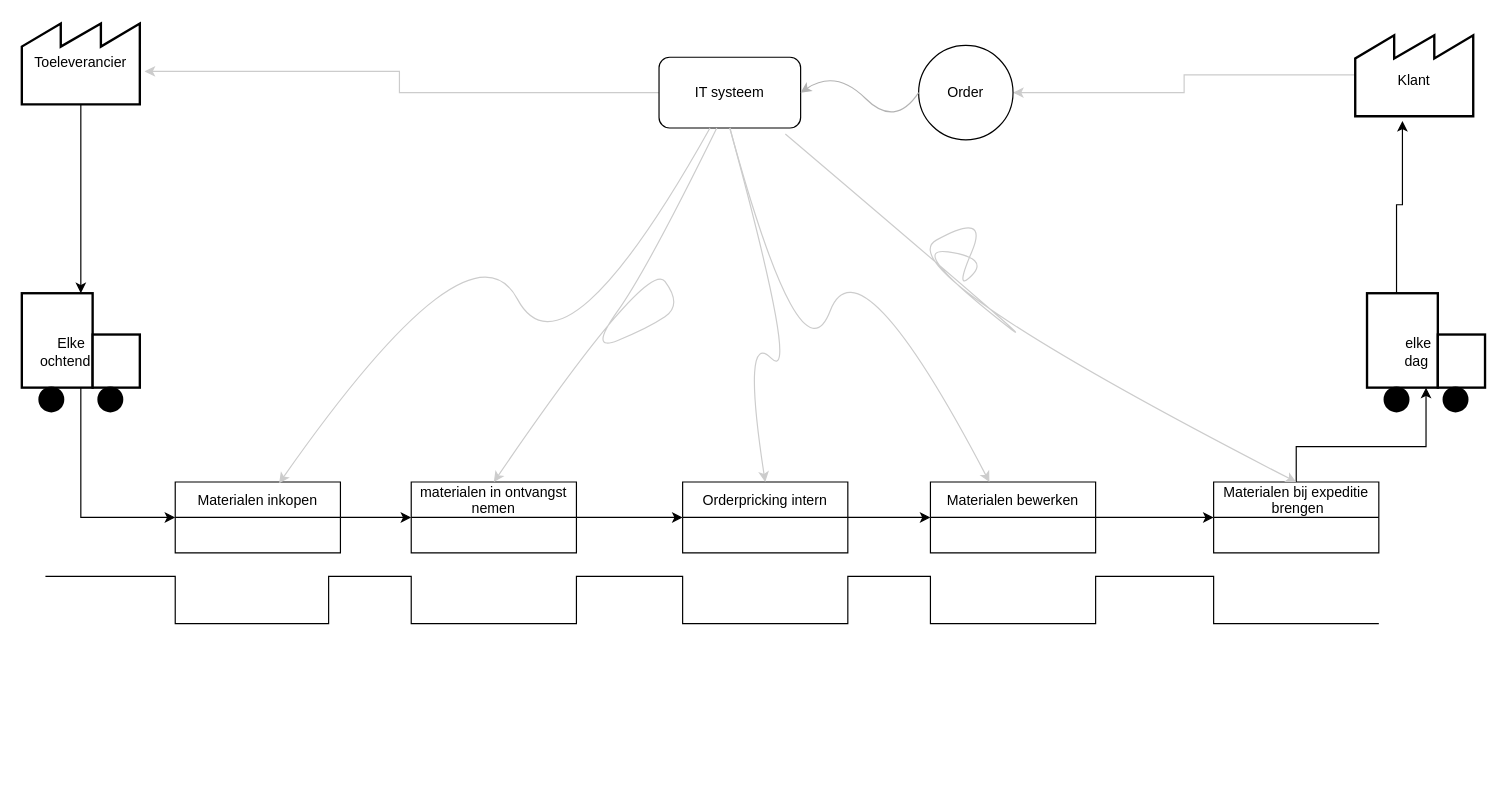
The draw.io diagram Untitled Diagram.drawio in MaestroCollin/karting-vue, before the edit. Source tidied: cells renumbered, new cells numbered last; positions are measured from the earlier drawing's top-left corner, leaving out a move shared by most shapes. Both pictures are drawn from the tidied source at 118%, with x=0, y=0 at pixel (21, 21).
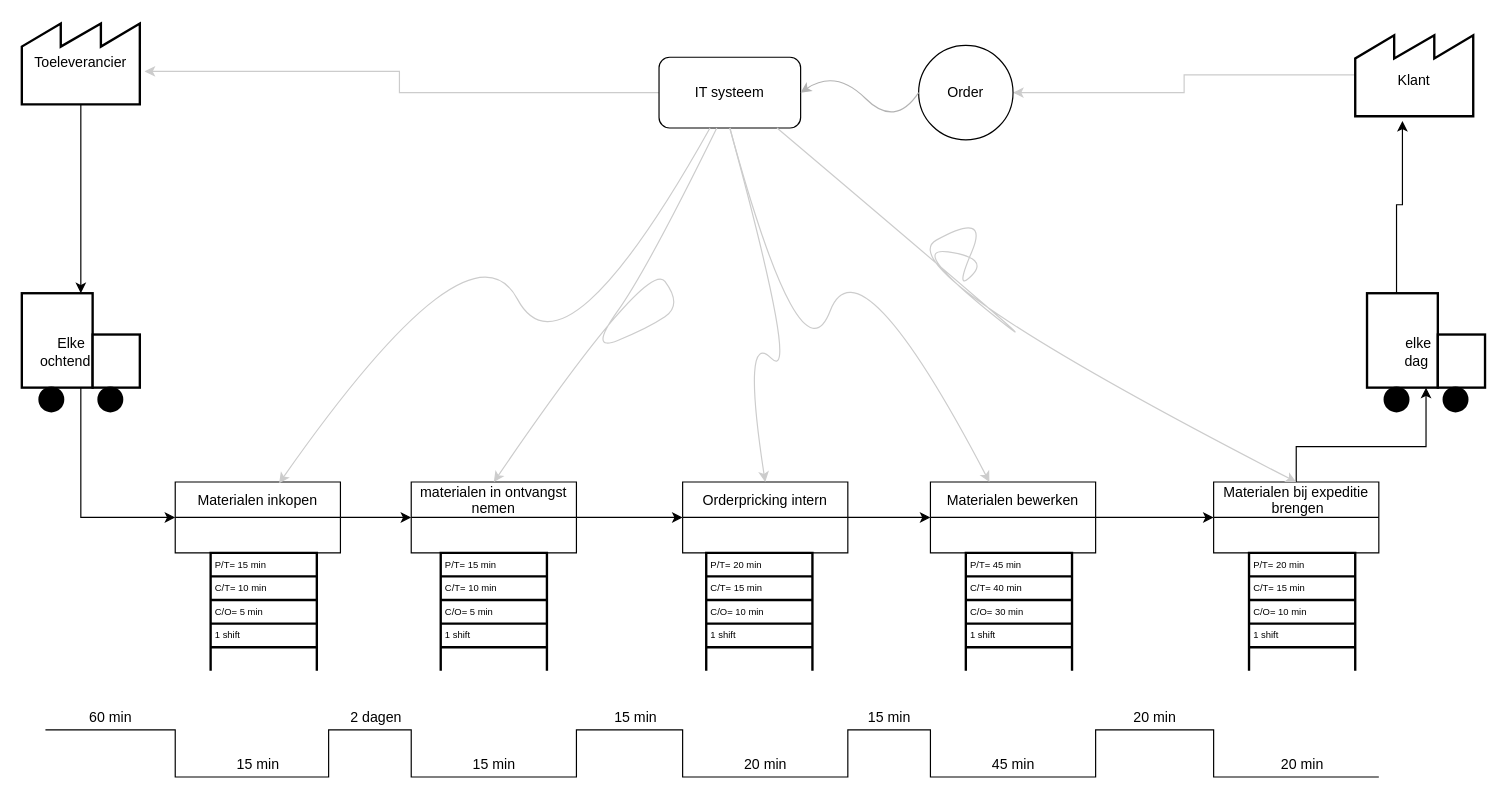
Above is the later version.

The change refers to these unchanged cells:
```xml
<mxCell id="3" value="IT systeem" style="rounded=1;whiteSpace=wrap;html=1;" parent="1" vertex="1">
  <mxGeometry x="540" y="30" width="120" height="60" as="geometry" />
</mxCell>
<mxCell id="18" value="Materialen bij expeditie&#10; brengen" style="swimlane;fontStyle=0;horizontal=1;startSize=30;" parent="1" vertex="1">
  <mxGeometry x="1010" y="390" width="140" height="60" as="geometry" />
</mxCell>
```

Change to the diagram source:
```diff
@@
-    <mxCell id="20" style="curved=1;endArrow=classic;html=1;rounded=0;entryX=0.5;entryY=0;entryDx=0;entryDy=0;exitX=0.892;exitY=1.084;exitDx=0;exitDy=0;exitPerimeter=0;strokeColor=#CCCCCC;" parent="1" edge="1" source="3" target="18">
+    <mxCell id="20" style="curved=1;endArrow=classic;html=1;rounded=0;entryX=0.5;entryY=0;entryDx=0;entryDy=0;strokeColor=#CCCCCC;" parent="1" edge="1" target="18">
       <mxGeometry relative="1" as="geometry">
+        <mxPoint x="640" y="90" as="sourcePoint" />
         <Array as="points">
           <mxPoint x="900" y="310" />
           <mxPoint x="750" y="190" />
           <mxPoint x="820" y="200" />
           <mxPoint x="790" y="230" />
           <mxPoint x="820" y="160" />
           <mxPoint x="730" y="210" />
         </Array>
       </mxGeometry>
     </mxCell>
@@
     <mxCell id="29" style="endArrow=none;html=1;rounded=0;strokeColor=#000000;" parent="1" edge="1">
       <mxGeometry relative="1" as="geometry">
-        <mxPoint x="20" y="470" as="sourcePoint" />
-        <mxPoint x="1150" y="510" as="targetPoint" />
+        <mxPoint x="20" y="600" as="sourcePoint" />
+        <mxPoint x="1150" y="640" as="targetPoint" />
         <Array as="points">
-          <mxPoint x="130" y="470" />
-          <mxPoint x="130" y="510" />
-          <mxPoint x="260" y="510" />
-          <mxPoint x="260" y="470" />
-          <mxPoint x="330" y="470" />
-          <mxPoint x="330" y="510" />
-          <mxPoint x="470" y="510" />
-          <mxPoint x="470" y="470" />
-          <mxPoint x="560" y="470" />
-          <mxPoint x="560" y="510" />
-          <mxPoint x="700" y="510" />
-          <mxPoint x="700" y="470" />
-          <mxPoint x="770" y="470" />
-          <mxPoint x="770" y="510" />
-          <mxPoint x="910" y="510" />
-          <mxPoint x="910" y="470" />
-          <mxPoint x="1010" y="470" />
-          <mxPoint x="1010" y="510" />
-          <mxPoint x="1150" y="510" />
+          <mxPoint x="130" y="600" />
+          <mxPoint x="130" y="640" />
+          <mxPoint x="260" y="640" />
+          <mxPoint x="260" y="600" />
+          <mxPoint x="330" y="600" />
+          <mxPoint x="330" y="640" />
+          <mxPoint x="470" y="640" />
+          <mxPoint x="470" y="600" />
+          <mxPoint x="560" y="600" />
+          <mxPoint x="560" y="640" />
+          <mxPoint x="700" y="640" />
+          <mxPoint x="700" y="600" />
+          <mxPoint x="770" y="600" />
+          <mxPoint x="770" y="640" />
+          <mxPoint x="910" y="640" />
+          <mxPoint x="910" y="600" />
+          <mxPoint x="1010" y="600" />
+          <mxPoint x="1010" y="640" />
+          <mxPoint x="1150" y="640" />
         </Array>
       </mxGeometry>
     </mxCell>
+    <mxCell id="30" style="strokeWidth=2;html=1;shape=mxgraph.lean_mapping.data_box;html=1;" parent="1" vertex="1">
+      <mxGeometry x="160" y="450" width="90" height="100" as="geometry" />
+    </mxCell>
+    <mxCell id="31" value="P/T= 15 min" style="text;fontSize=8;spacingLeft=2;verticalAlign=middle;html=1;" parent="30" vertex="1">
+      <mxGeometry width="90" height="20" as="geometry" />
+    </mxCell>
+    <mxCell id="32" value="C/T= 10 min" style="text;fontSize=8;spacingLeft=2;verticalAlign=middle;html=1;" parent="30" vertex="1">
+      <mxGeometry y="20" width="90" height="20" as="geometry" />
+    </mxCell>
+    <mxCell id="33" value="C/O= 5 min" style="text;fontSize=8;spacingLeft=2;verticalAlign=middle;html=1;" parent="30" vertex="1">
+      <mxGeometry y="40" width="90" height="20" as="geometry" />
+    </mxCell>
+    <mxCell id="34" value="1 shift" style="text;fontSize=8;spacingLeft=2;verticalAlign=middle;html=1;" parent="30" vertex="1">
+      <mxGeometry y="60" width="90" height="20" as="geometry" />
+    </mxCell>
+    <mxCell id="35" style="text;fontSize=8;spacingLeft=2;verticalAlign=middle;html=1;" parent="30" vertex="1">
+      <mxGeometry y="80" width="90" height="20" as="geometry" />
+    </mxCell>
+    <mxCell id="36" style="strokeWidth=2;html=1;shape=mxgraph.lean_mapping.data_box;html=1;" parent="1" vertex="1">
+      <mxGeometry x="355" y="450" width="90" height="100" as="geometry" />
+    </mxCell>
+    <mxCell id="37" value="P/T= 15 min" style="text;fontSize=8;spacingLeft=2;verticalAlign=middle;html=1;" parent="36" vertex="1">
+      <mxGeometry width="90" height="20" as="geometry" />
+    </mxCell>
+    <mxCell id="38" value="C/T= 10 min" style="text;fontSize=8;spacingLeft=2;verticalAlign=middle;html=1;" parent="36" vertex="1">
+      <mxGeometry y="20" width="90" height="20" as="geometry" />
+    </mxCell>
+    <mxCell id="39" value="C/O= 5 min" style="text;fontSize=8;spacingLeft=2;verticalAlign=middle;html=1;" parent="36" vertex="1">
+      <mxGeometry y="40" width="90" height="20" as="geometry" />
+    </mxCell>
+    <mxCell id="40" value="1 shift" style="text;fontSize=8;spacingLeft=2;verticalAlign=middle;html=1;" parent="36" vertex="1">
+      <mxGeometry y="60" width="90" height="20" as="geometry" />
+    </mxCell>
+    <mxCell id="41" style="text;fontSize=8;spacingLeft=2;verticalAlign=middle;html=1;" parent="36" vertex="1">
+      <mxGeometry y="80" width="90" height="20" as="geometry" />
+    </mxCell>
+    <mxCell id="42" style="strokeWidth=2;html=1;shape=mxgraph.lean_mapping.data_box;html=1;" parent="1" vertex="1">
+      <mxGeometry x="580" y="450" width="90" height="100" as="geometry" />
+    </mxCell>
+    <mxCell id="43" value="P/T= 20 min" style="text;fontSize=8;spacingLeft=2;verticalAlign=middle;html=1;" parent="42" vertex="1">
+      <mxGeometry width="90" height="20" as="geometry" />
+    </mxCell>
+    <mxCell id="44" value="C/T= 15 min" style="text;fontSize=8;spacingLeft=2;verticalAlign=middle;html=1;" parent="42" vertex="1">
+      <mxGeometry y="20" width="90" height="20" as="geometry" />
+    </mxCell>
+    <mxCell id="45" value="C/O= 10 min" style="text;fontSize=8;spacingLeft=2;verticalAlign=middle;html=1;" parent="42" vertex="1">
+      <mxGeometry y="40" width="90" height="20" as="geometry" />
+    </mxCell>
+    <mxCell id="46" value="1 shift" style="text;fontSize=8;spacingLeft=2;verticalAlign=middle;html=1;" parent="42" vertex="1">
+      <mxGeometry y="60" width="90" height="20" as="geometry" />
+    </mxCell>
+    <mxCell id="47" style="text;fontSize=8;spacingLeft=2;verticalAlign=middle;html=1;" parent="42" vertex="1">
+      <mxGeometry y="80" width="90" height="20" as="geometry" />
+    </mxCell>
+    <mxCell id="48" style="strokeWidth=2;html=1;shape=mxgraph.lean_mapping.data_box;html=1;" parent="1" vertex="1">
+      <mxGeometry x="800" y="450" width="90" height="100" as="geometry" />
+    </mxCell>
+    <mxCell id="49" value="P/T= 45 min" style="text;fontSize=8;spacingLeft=2;verticalAlign=middle;html=1;" parent="48" vertex="1">
+      <mxGeometry width="90" height="20" as="geometry" />
+    </mxCell>
+    <mxCell id="50" value="C/T= 40 min" style="text;fontSize=8;spacingLeft=2;verticalAlign=middle;html=1;" parent="48" vertex="1">
+      <mxGeometry y="20" width="90" height="20" as="geometry" />
+    </mxCell>
+    <mxCell id="51" value="C/O= 30 min" style="text;fontSize=8;spacingLeft=2;verticalAlign=middle;html=1;" parent="48" vertex="1">
+      <mxGeometry y="40" width="90" height="20" as="geometry" />
+    </mxCell>
+    <mxCell id="52" value="1 shift" style="text;fontSize=8;spacingLeft=2;verticalAlign=middle;html=1;" parent="48" vertex="1">
+      <mxGeometry y="60" width="90" height="20" as="geometry" />
+    </mxCell>
+    <mxCell id="53" style="text;fontSize=8;spacingLeft=2;verticalAlign=middle;html=1;" parent="48" vertex="1">
+      <mxGeometry y="80" width="90" height="20" as="geometry" />
+    </mxCell>
+    <mxCell id="54" style="strokeWidth=2;html=1;shape=mxgraph.lean_mapping.data_box;html=1;" parent="1" vertex="1">
+      <mxGeometry x="1040" y="450" width="90" height="100" as="geometry" />
+    </mxCell>
+    <mxCell id="55" value="P/T= 20 min" style="text;fontSize=8;spacingLeft=2;verticalAlign=middle;html=1;" parent="54" vertex="1">
+      <mxGeometry width="90" height="20" as="geometry" />
+    </mxCell>
+    <mxCell id="56" value="C/T= 15 min" style="text;fontSize=8;spacingLeft=2;verticalAlign=middle;html=1;" parent="54" vertex="1">
+      <mxGeometry y="20" width="90" height="20" as="geometry" />
+    </mxCell>
+    <mxCell id="57" value="C/O= 10 min" style="text;fontSize=8;spacingLeft=2;verticalAlign=middle;html=1;" parent="54" vertex="1">
+      <mxGeometry y="40" width="90" height="20" as="geometry" />
+    </mxCell>
+    <mxCell id="58" value="1 shift" style="text;fontSize=8;spacingLeft=2;verticalAlign=middle;html=1;" parent="54" vertex="1">
+      <mxGeometry y="60" width="90" height="20" as="geometry" />
+    </mxCell>
+    <mxCell id="59" style="text;fontSize=8;spacingLeft=2;verticalAlign=middle;html=1;" parent="54" vertex="1">
+      <mxGeometry y="80" width="90" height="20" as="geometry" />
+    </mxCell>
+    <mxCell id="60" value="15 min" style="text;html=1;align=center;verticalAlign=middle;strokeColor=none;fillColor=none;" parent="1" vertex="1">
+      <mxGeometry x="375" y="620" width="50" height="20" as="geometry" />
+    </mxCell>
+    <mxCell id="61" value="15 min" style="text;html=1;align=center;verticalAlign=middle;strokeColor=none;fillColor=none;" parent="1" vertex="1">
+      <mxGeometry x="175" y="620" width="50" height="20" as="geometry" />
+    </mxCell>
+    <mxCell id="62" value="2 dagen" style="text;html=1;align=center;verticalAlign=middle;strokeColor=none;fillColor=none;" parent="1" vertex="1">
+      <mxGeometry x="270" y="580" width="60" height="20" as="geometry" />
+    </mxCell>
+    <mxCell id="63" value="60 min" style="text;html=1;align=center;verticalAlign=middle;strokeColor=none;fillColor=none;" parent="1" vertex="1">
+      <mxGeometry x="50" y="580" width="50" height="20" as="geometry" />
+    </mxCell>
+    <mxCell id="64" value="45 min" style="text;html=1;align=center;verticalAlign=middle;strokeColor=none;fillColor=none;" parent="1" vertex="1">
+      <mxGeometry x="815" y="620" width="50" height="20" as="geometry" />
+    </mxCell>
+    <mxCell id="65" value="20 min" style="text;html=1;align=center;verticalAlign=middle;strokeColor=none;fillColor=none;" parent="1" vertex="1">
+      <mxGeometry x="1060" y="620" width="50" height="20" as="geometry" />
+    </mxCell>
+    <mxCell id="66" value="20 min" style="text;html=1;align=center;verticalAlign=middle;strokeColor=none;fillColor=none;" parent="1" vertex="1">
+      <mxGeometry x="605" y="620" width="50" height="20" as="geometry" />
+    </mxCell>
+    <mxCell id="67" value="15 min" style="text;html=1;align=center;verticalAlign=middle;strokeColor=none;fillColor=none;" parent="1" vertex="1">
+      <mxGeometry x="710" y="580" width="50" height="20" as="geometry" />
+    </mxCell>
+    <mxCell id="68" value="20 min" style="text;html=1;align=center;verticalAlign=middle;strokeColor=none;fillColor=none;" parent="1" vertex="1">
+      <mxGeometry x="935" y="580" width="50" height="20" as="geometry" />
+    </mxCell>
+    <mxCell id="69" value="15 min" style="text;html=1;align=center;verticalAlign=middle;strokeColor=none;fillColor=none;" parent="1" vertex="1">
+      <mxGeometry x="495" y="580" width="50" height="20" as="geometry" />
+    </mxCell>
```
